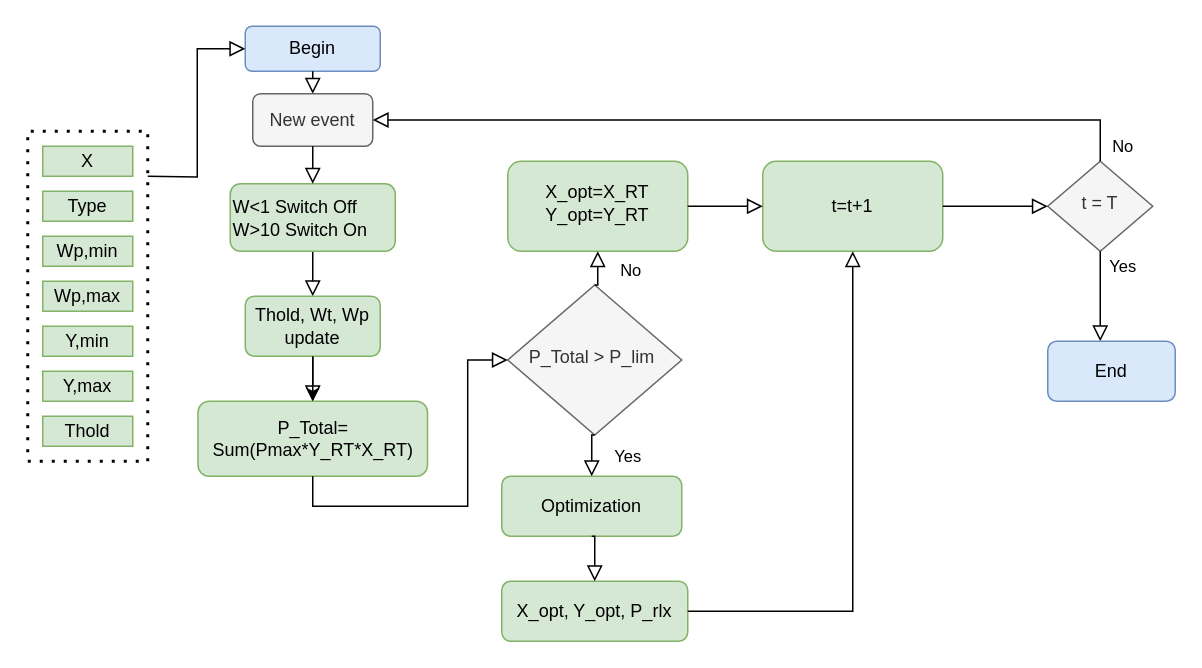
Before: Diagrama sem nome.drawio in luistmartins/thesis_ik, a draw.io diagram. Source tidied: cells renumbered, new cells numbered last; positions are measured from the earlier drawing's top-left corner, leaving out a move shared by most shapes. Both pictures are drawn from the tidied source at 150%, with x=0, y=0 at pixel (27, 26).
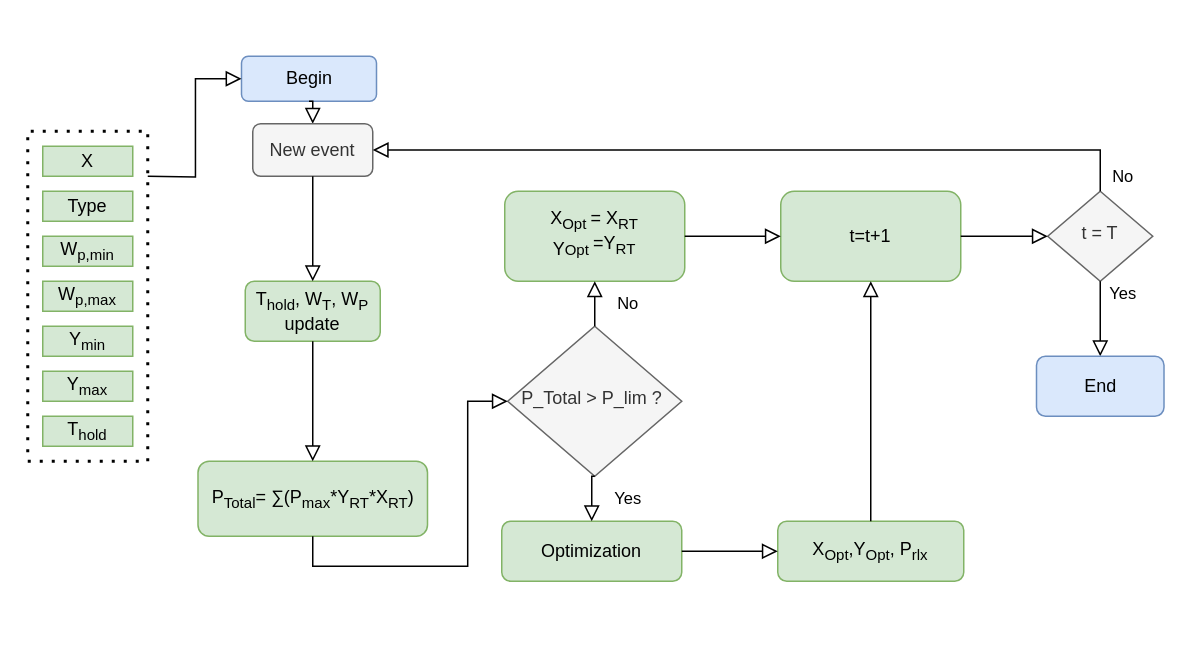
The same diagram, later.

Diff of the diagram source:
```diff
@@
-    <mxCell id="2" style="rounded=0;html=1;jettySize=auto;fontSize=11;endArrow=block;endFill=0;endSize=8;strokeWidth=1;shadow=0;labelBackgroundColor=none;edgeStyle=orthogonalEdgeStyle;entryX=0.5;entryY=0;entryDx=0;entryDy=0;" parent="1" edge="1" source="3" target="17">
-      <mxGeometry relative="1" as="geometry" />
-    </mxCell>
-    <mxCell id="3" value="&lt;div style=&quot;&quot;&gt;W&amp;lt;1 &lt;span style=&quot;background-color: transparent; color: light-dark(rgb(0, 0, 0), rgb(255, 255, 255)); white-space: pre;&quot;&gt;Switch Off&#9;&lt;/span&gt;&lt;/div&gt;&lt;div style=&quot;&quot;&gt;&lt;span style=&quot;background-color: transparent; color: light-dark(rgb(0, 0, 0), rgb(255, 255, 255)); white-space: pre;&quot;&gt;W&amp;gt;10 &lt;/span&gt;&lt;span style=&quot;background-color: transparent; color: light-dark(rgb(0, 0, 0), rgb(255, 255, 255));&quot;&gt;Switch On&lt;/span&gt;&lt;/div&gt;" style="rounded=1;whiteSpace=wrap;html=1;fontSize=12;glass=0;strokeWidth=1;shadow=0;align=left;fillColor=#d5e8d4;strokeColor=#82b366;" parent="1" vertex="1">
-      <mxGeometry x="135" y="105" width="110" height="45" as="geometry" />
-    </mxCell>
-    <mxCell id="4" value="P_Total &amp;gt; P_lim&amp;nbsp;" style="rhombus;whiteSpace=wrap;html=1;shadow=0;fontFamily=Helvetica;fontSize=12;align=center;strokeWidth=1;spacing=6;spacingTop=-4;fillColor=#f5f5f5;fontColor=#333333;strokeColor=#666666;" parent="1" vertex="1">
-      <mxGeometry x="320" y="172.5" width="116" height="100" as="geometry" />
+    <mxCell id="4" value="P_Total &amp;gt; P_lim ?&amp;nbsp;" style="rhombus;whiteSpace=wrap;html=1;shadow=0;fontFamily=Helvetica;fontSize=12;align=center;strokeWidth=1;spacing=6;spacingTop=-4;fillColor=#f5f5f5;fontColor=#333333;strokeColor=#666666;" parent="1" vertex="1">
+      <mxGeometry x="320" y="200" width="116" height="100" as="geometry" />
     </mxCell>
     <mxCell id="5" value="Optimization" style="rounded=1;whiteSpace=wrap;html=1;fontSize=12;glass=0;strokeWidth=1;shadow=0;fillColor=#d5e8d4;strokeColor=#82b366;" parent="1" vertex="1">
-      <mxGeometry x="316" y="300" width="120" height="40" as="geometry" />
+      <mxGeometry x="316" y="330" width="120" height="40" as="geometry" />
     </mxCell>
@@
-    <mxCell id="7" value="Thold" style="rounded=0;whiteSpace=wrap;html=1;fillColor=#d5e8d4;strokeColor=#82b366;" parent="1" vertex="1">
+    <mxCell id="7" value="T&lt;sub&gt;hold&lt;/sub&gt;" style="rounded=0;whiteSpace=wrap;html=1;fillColor=#d5e8d4;strokeColor=#82b366;" parent="1" vertex="1">
       <mxGeometry x="10" y="260" width="60" height="20" as="geometry" />
     </mxCell>
-    <mxCell id="8" value="Y,min" style="rounded=0;whiteSpace=wrap;html=1;fillColor=#d5e8d4;strokeColor=#82b366;" parent="1" vertex="1">
+    <mxCell id="8" value="Y&lt;sub&gt;min&lt;/sub&gt;" style="rounded=0;whiteSpace=wrap;html=1;fillColor=#d5e8d4;strokeColor=#82b366;" parent="1" vertex="1">
       <mxGeometry x="10" y="200" width="60" height="20" as="geometry" />
     </mxCell>
-    <mxCell id="9" value="Wp,min" style="rounded=0;whiteSpace=wrap;html=1;fillColor=#d5e8d4;strokeColor=#82b366;" parent="1" vertex="1">
+    <mxCell id="9" value="W&lt;sub&gt;p,min&lt;/sub&gt;" style="rounded=0;whiteSpace=wrap;html=1;fillColor=#d5e8d4;strokeColor=#82b366;" parent="1" vertex="1">
       <mxGeometry x="10" y="140" width="60" height="20" as="geometry" />
     </mxCell>
@@
-    <mxCell id="11" value="Wp,max" style="rounded=0;whiteSpace=wrap;html=1;fillColor=#d5e8d4;strokeColor=#82b366;" parent="1" vertex="1">
+    <mxCell id="11" value="W&lt;sub&gt;p,max&lt;/sub&gt;" style="rounded=0;whiteSpace=wrap;html=1;fillColor=#d5e8d4;strokeColor=#82b366;" parent="1" vertex="1">
       <mxGeometry x="10" y="170" width="60" height="20" as="geometry" />
     </mxCell>
-    <mxCell id="12" value="Y,max" style="rounded=0;whiteSpace=wrap;html=1;fillColor=#d5e8d4;strokeColor=#82b366;" parent="1" vertex="1">
+    <mxCell id="12" value="Y&lt;sub&gt;max&lt;/sub&gt;" style="rounded=0;whiteSpace=wrap;html=1;fillColor=#d5e8d4;strokeColor=#82b366;" parent="1" vertex="1">
       <mxGeometry x="10" y="230" width="60" height="20" as="geometry" />
     </mxCell>
@@
     <mxCell id="14" value="Begin" style="rounded=1;whiteSpace=wrap;html=1;fillColor=#dae8fc;strokeColor=#6c8ebf;" parent="1" vertex="1">
-      <mxGeometry x="145" width="90" height="30" as="geometry" />
+      <mxGeometry x="142.5" y="20" width="90" height="30" as="geometry" />
     </mxCell>
@@
-    <mxCell id="16" style="edgeStyle=orthogonalEdgeStyle;rounded=0;jettySize=auto;html=1;" parent="1" edge="1" source="17" target="18">
-      <mxGeometry relative="1" as="geometry" />
-    </mxCell>
-    <mxCell id="17" value="Thold, Wt, Wp&lt;div&gt;update&lt;/div&gt;" style="rounded=1;whiteSpace=wrap;html=1;fillColor=#d5e8d4;strokeColor=#82b366;" parent="1" vertex="1">
-      <mxGeometry x="145" y="180" width="90" height="40" as="geometry" />
+    <mxCell id="17" value="&lt;div style=&quot;text-align: left;&quot;&gt;&lt;span style=&quot;background-color: transparent; color: light-dark(rgb(0, 0, 0), rgb(255, 255, 255));&quot;&gt;T&lt;sub&gt;hold&lt;/sub&gt;,&amp;nbsp;&lt;/span&gt;&lt;span style=&quot;background-color: transparent; color: light-dark(rgb(0, 0, 0), rgb(255, 255, 255)); text-align: left;&quot;&gt;W&lt;/span&gt;&lt;sub style=&quot;background-color: transparent; color: light-dark(rgb(0, 0, 0), rgb(255, 255, 255)); text-align: left;&quot;&gt;T&lt;/sub&gt;&lt;span style=&quot;background-color: transparent; color: light-dark(rgb(0, 0, 0), rgb(255, 255, 255));&quot;&gt;, W&lt;sub&gt;P&lt;/sub&gt;&lt;/span&gt;&lt;/div&gt;&lt;div&gt;&lt;div&gt;update&lt;/div&gt;&lt;/div&gt;" style="rounded=1;whiteSpace=wrap;html=1;fillColor=#d5e8d4;strokeColor=#82b366;" parent="1" vertex="1">
+      <mxGeometry x="145" y="170" width="90" height="40" as="geometry" />
     </mxCell>
-    <mxCell id="18" value="P_Total= Sum&lt;span style=&quot;text-align: start; background-color: transparent; color: light-dark(rgb(0, 0, 0), rgb(255, 255, 255));&quot;&gt;(Pmax*Y_RT*X_RT)&lt;/span&gt;" style="rounded=1;whiteSpace=wrap;html=1;fontSize=12;glass=0;strokeWidth=1;shadow=0;fillColor=#d5e8d4;strokeColor=#82b366;" parent="1" vertex="1">
-      <mxGeometry x="113.5" y="250" width="153" height="50" as="geometry" />
+    <mxCell id="18" value="P&lt;sub&gt;Total&lt;/sub&gt;= ∑&lt;span style=&quot;background-color: transparent; color: light-dark(rgb(0, 0, 0), rgb(255, 255, 255));&quot;&gt;(&lt;/span&gt;&lt;span style=&quot;text-align: start; background-color: transparent; color: light-dark(rgb(0, 0, 0), rgb(255, 255, 255));&quot;&gt;P&lt;sub&gt;max&lt;/sub&gt;*&lt;/span&gt;Y&lt;sub&gt;RT&lt;/sub&gt;&lt;span style=&quot;text-align: start; background-color: transparent; color: light-dark(rgb(0, 0, 0), rgb(255, 255, 255));&quot;&gt;*&lt;/span&gt;X&lt;sub&gt;RT&lt;/sub&gt;&lt;span style=&quot;text-align: start; background-color: transparent; color: light-dark(rgb(0, 0, 0), rgb(255, 255, 255));&quot;&gt;)&lt;/span&gt;" style="rounded=1;whiteSpace=wrap;html=1;fontSize=12;glass=0;strokeWidth=1;shadow=0;fillColor=#d5e8d4;strokeColor=#82b366;" parent="1" vertex="1">
+      <mxGeometry x="113.5" y="290" width="153" height="50" as="geometry" />
     </mxCell>
-    <mxCell id="19" style="rounded=0;html=1;jettySize=auto;fontSize=11;endArrow=block;endFill=0;endSize=8;strokeWidth=1;shadow=0;labelBackgroundColor=none;edgeStyle=orthogonalEdgeStyle;entryX=0.5;entryY=0;entryDx=0;entryDy=0;exitX=0.5;exitY=1;exitDx=0;exitDy=0;" parent="1" edge="1" source="17" target="18">
-      <mxGeometry relative="1" as="geometry" />
-    </mxCell>
@@
     <mxCell id="21" value="&lt;div style=&quot;&quot;&gt;New event&lt;/div&gt;" style="rounded=1;whiteSpace=wrap;html=1;fontSize=12;glass=0;strokeWidth=1;shadow=0;align=center;fillColor=#f5f5f5;fontColor=#333333;strokeColor=#666666;" parent="1" vertex="1">
-      <mxGeometry x="150" y="45" width="80" height="35" as="geometry" />
+      <mxGeometry x="150" y="65" width="80" height="35" as="geometry" />
     </mxCell>
-    <mxCell id="22" style="edgeStyle=orthogonalEdgeStyle;rounded=0;html=1;jettySize=auto;fontSize=11;endArrow=block;endFill=0;endSize=8;strokeWidth=1;shadow=0;labelBackgroundColor=none;exitX=0.5;exitY=1;exitDx=0;exitDy=0;entryX=0.5;entryY=0;entryDx=0;entryDy=0;" parent="1" edge="1" source="21" target="3">
+    <mxCell id="22" style="edgeStyle=orthogonalEdgeStyle;rounded=0;html=1;jettySize=auto;fontSize=11;endArrow=block;endFill=0;endSize=8;strokeWidth=1;shadow=0;labelBackgroundColor=none;exitX=0.5;exitY=1;exitDx=0;exitDy=0;entryX=0.5;entryY=0;entryDx=0;entryDy=0;" parent="1" edge="1" source="21" target="17">
       <mxGeometry y="10" relative="1" as="geometry" />
     </mxCell>
@@
-    <mxCell id="24" value="X_opt, Y_opt, P_rlx" style="whiteSpace=wrap;html=1;rounded=1;glass=0;strokeWidth=1;shadow=0;fillColor=#d5e8d4;strokeColor=#82b366;" parent="1" vertex="1">
-      <mxGeometry x="316" y="370" width="124" height="40" as="geometry" />
+    <mxCell id="24" value="&lt;span style=&quot;text-align: left;&quot;&gt;X&lt;/span&gt;&lt;sub style=&quot;text-align: left;&quot;&gt;Opt&lt;/sub&gt;&lt;span style=&quot;background-color: transparent; color: light-dark(rgb(0, 0, 0), rgb(255, 255, 255));&quot;&gt;,Y&lt;/span&gt;&lt;sub style=&quot;text-align: left;&quot;&gt;Opt&lt;/sub&gt;&lt;span style=&quot;background-color: transparent; color: light-dark(rgb(0, 0, 0), rgb(255, 255, 255));&quot;&gt;, P&lt;/span&gt;&lt;span style=&quot;background-color: transparent; color: light-dark(rgb(0, 0, 0), rgb(255, 255, 255));&quot;&gt;&lt;sub&gt;rlx&lt;/sub&gt;&lt;/span&gt;" style="whiteSpace=wrap;html=1;rounded=1;glass=0;strokeWidth=1;shadow=0;fillColor=#d5e8d4;strokeColor=#82b366;" parent="1" vertex="1">
+      <mxGeometry x="500" y="330" width="124" height="40" as="geometry" />
     </mxCell>
-    <mxCell id="25" value="X_opt=X_RT&lt;div&gt;Y_opt=Y_RT&lt;/div&gt;" style="rounded=1;whiteSpace=wrap;html=1;shadow=0;strokeWidth=1;spacing=6;spacingTop=-4;fillColor=#d5e8d4;strokeColor=#82b366;" parent="1" vertex="1">
-      <mxGeometry x="320" y="90" width="120" height="60" as="geometry" />
+    <mxCell id="25" value="&lt;span style=&quot;text-align: left;&quot;&gt;X&lt;/span&gt;&lt;sub style=&quot;text-align: left;&quot;&gt;Opt&amp;nbsp;&lt;/sub&gt;= X&lt;sub&gt;RT&lt;/sub&gt;&lt;br&gt;&lt;div&gt;&lt;sub style=&quot;background-color: transparent; color: light-dark(rgb(0, 0, 0), rgb(255, 255, 255)); text-align: left;&quot;&gt;&lt;span style=&quot;font-size: 12px;&quot;&gt;Y&lt;/span&gt;Opt&amp;nbsp;&lt;/sub&gt;=Y&lt;sub&gt;RT&lt;/sub&gt;&lt;/div&gt;" style="rounded=1;whiteSpace=wrap;html=1;shadow=0;strokeWidth=1;spacing=6;spacingTop=-4;fillColor=#d5e8d4;strokeColor=#82b366;" parent="1" vertex="1">
+      <mxGeometry x="318" y="110" width="120" height="60" as="geometry" />
     </mxCell>
@@
-    <mxCell id="27" style="rounded=0;html=1;jettySize=auto;fontSize=11;endArrow=block;endFill=0;endSize=8;strokeWidth=1;shadow=0;labelBackgroundColor=none;edgeStyle=orthogonalEdgeStyle;exitX=0.5;exitY=1;exitDx=0;exitDy=0;entryX=0.5;entryY=0;entryDx=0;entryDy=0;" parent="1" edge="1" source="5" target="24">
+    <mxCell id="27" style="rounded=0;html=1;jettySize=auto;fontSize=11;endArrow=block;endFill=0;endSize=8;strokeWidth=1;shadow=0;labelBackgroundColor=none;edgeStyle=orthogonalEdgeStyle;exitX=1;exitY=0.5;exitDx=0;exitDy=0;entryX=0;entryY=0.5;entryDx=0;entryDy=0;" parent="1" edge="1" source="5" target="24">
       <mxGeometry x="0.33" y="20" relative="1" as="geometry" />
     </mxCell>
     <mxCell id="28" value="t=t+1" style="rounded=1;whiteSpace=wrap;html=1;fillColor=#d5e8d4;strokeColor=#82b366;" parent="1" vertex="1">
-      <mxGeometry x="490" y="90" width="120" height="60" as="geometry" />
+      <mxGeometry x="502" y="110" width="120" height="60" as="geometry" />
     </mxCell>
-    <mxCell id="29" style="rounded=0;html=1;jettySize=auto;fontSize=11;endArrow=block;endFill=0;endSize=8;strokeWidth=1;shadow=0;labelBackgroundColor=none;edgeStyle=orthogonalEdgeStyle;entryX=0.5;entryY=1;entryDx=0;entryDy=0;exitX=1;exitY=0.5;exitDx=0;exitDy=0;" parent="1" edge="1" source="24" target="28">
+    <mxCell id="29" style="rounded=0;html=1;jettySize=auto;fontSize=11;endArrow=block;endFill=0;endSize=8;strokeWidth=1;shadow=0;labelBackgroundColor=none;edgeStyle=orthogonalEdgeStyle;entryX=0.5;entryY=1;entryDx=0;entryDy=0;exitX=0.5;exitY=0;exitDx=0;exitDy=0;" parent="1" edge="1" source="24" target="28">
       <mxGeometry relative="1" as="geometry" />
     </mxCell>
@@
     <mxCell id="32" value="t = T" style="rhombus;whiteSpace=wrap;html=1;shadow=0;fontFamily=Helvetica;fontSize=12;align=center;strokeWidth=1;spacing=6;spacingTop=-4;fillColor=#f5f5f5;fontColor=#333333;strokeColor=#666666;" parent="1" vertex="1">
-      <mxGeometry x="680" y="90" width="70" height="60" as="geometry" />
+      <mxGeometry x="680" y="110" width="70" height="60" as="geometry" />
     </mxCell>
@@
-    <mxCell id="35" value="Yes" style="rounded=0;html=1;jettySize=auto;fontSize=11;endArrow=block;endFill=0;endSize=8;strokeWidth=1;shadow=0;labelBackgroundColor=none;edgeStyle=orthogonalEdgeStyle;exitX=0.5;exitY=1;exitDx=0;exitDy=0;" parent="1" edge="1" source="32">
-      <mxGeometry x="-0.67" y="15" relative="1" as="geometry">
-        <mxPoint x="715" y="210" as="targetPoint" />
-      </mxGeometry>
+    <mxCell id="35" value="Yes" style="rounded=0;html=1;jettySize=auto;fontSize=11;endArrow=block;endFill=0;endSize=8;strokeWidth=1;shadow=0;labelBackgroundColor=none;edgeStyle=orthogonalEdgeStyle;exitX=0.5;exitY=1;exitDx=0;exitDy=0;entryX=0.5;entryY=0;entryDx=0;entryDy=0;" parent="1" edge="1" source="32" target="36">
+      <mxGeometry x="-0.67" y="15" relative="1" as="geometry" />
     </mxCell>
     <mxCell id="36" value="End" style="rounded=1;whiteSpace=wrap;html=1;fillColor=#dae8fc;strokeColor=#6c8ebf;" parent="1" vertex="1">
-      <mxGeometry x="680" y="210" width="85" height="40" as="geometry" />
+      <mxGeometry x="672.5" y="220" width="85" height="40" as="geometry" />
     </mxCell>
+    <mxCell id="37" style="rounded=0;html=1;jettySize=auto;fontSize=11;endArrow=block;endFill=0;endSize=8;strokeWidth=1;shadow=0;labelBackgroundColor=none;edgeStyle=orthogonalEdgeStyle;entryX=0.5;entryY=0;entryDx=0;entryDy=0;exitX=0.5;exitY=1;exitDx=0;exitDy=0;" parent="1" edge="1" source="17" target="18">
+      <mxGeometry relative="1" as="geometry" />
+    </mxCell>
```
